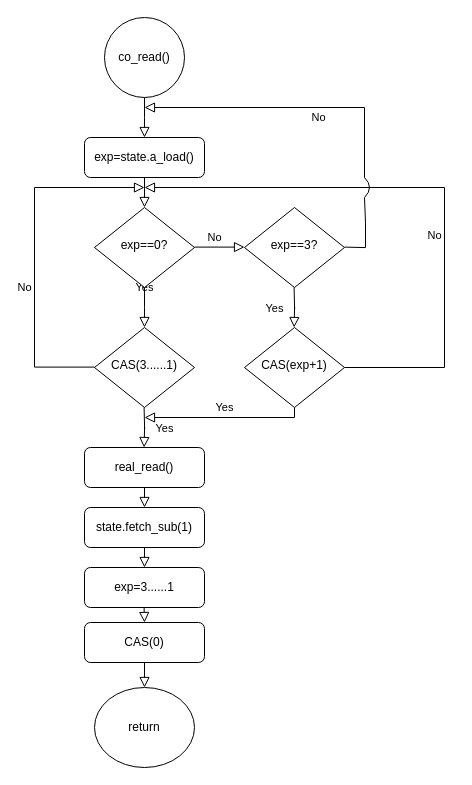
dangzzz/CoIO keeps this draw.io diagram as Co_Read.drawio. Above is the earlier version. Source tidied: cells renumbered, new cells numbered last; positions are measured from the earlier drawing's top-left corner, leaving out a move shared by most shapes. Both pictures are drawn from the tidied source at 100%, with x=0, y=0 at pixel (34, 17).
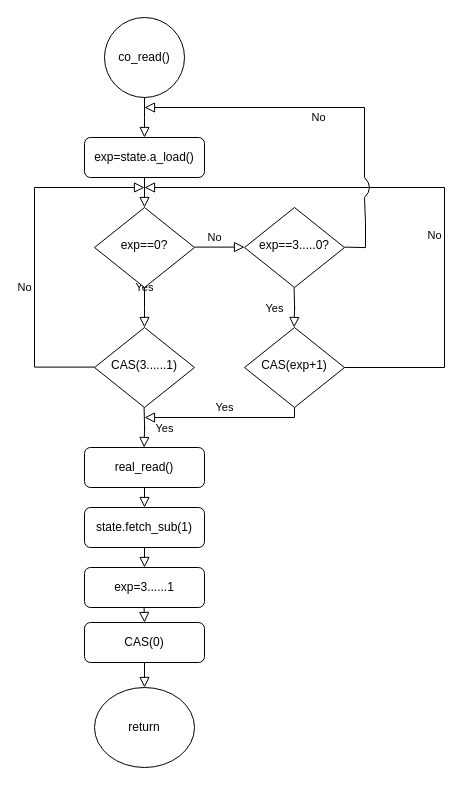
After the change.

The edit, as a diff of the source:
```diff
@@
-    <mxCell id="11" value="exp==3?" style="rhombus;whiteSpace=wrap;html=1;shadow=0;fontFamily=Helvetica;fontSize=12;align=center;strokeWidth=1;spacing=6;spacingTop=-4;" parent="1" vertex="1">
+    <mxCell id="11" value="exp==3.....0?" style="rhombus;whiteSpace=wrap;html=1;shadow=0;fontFamily=Helvetica;fontSize=12;align=center;strokeWidth=1;spacing=6;spacingTop=-4;" parent="1" vertex="1">
       <mxGeometry x="210" y="190" width="100" height="80" as="geometry" />
     </mxCell>
```
